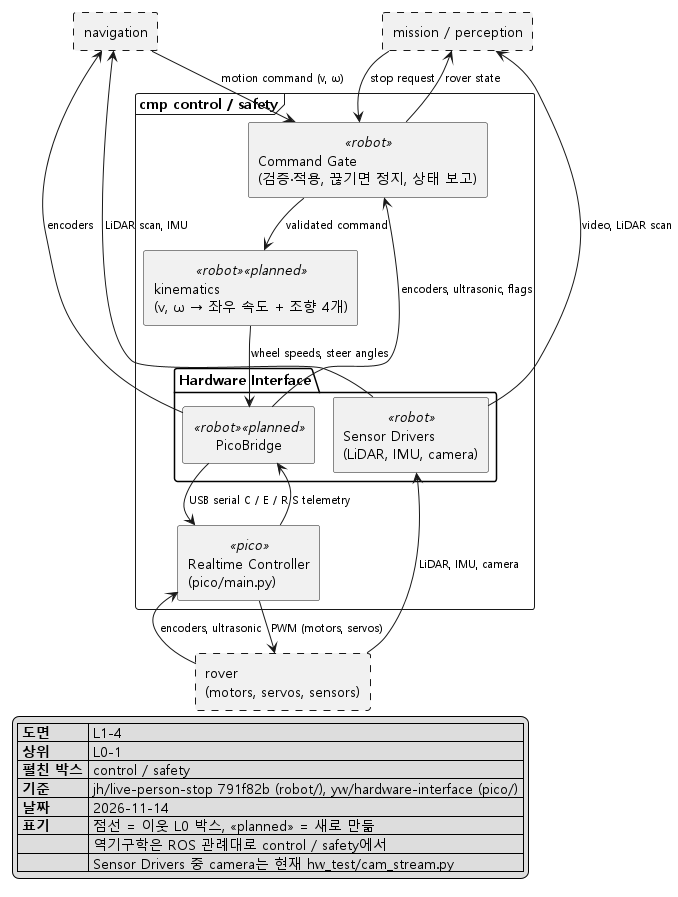
Above: docs/architecture/png/L1-4_control_safety.png in Ruysong/autonomous-rescue-rover (PlantUML), before the change.
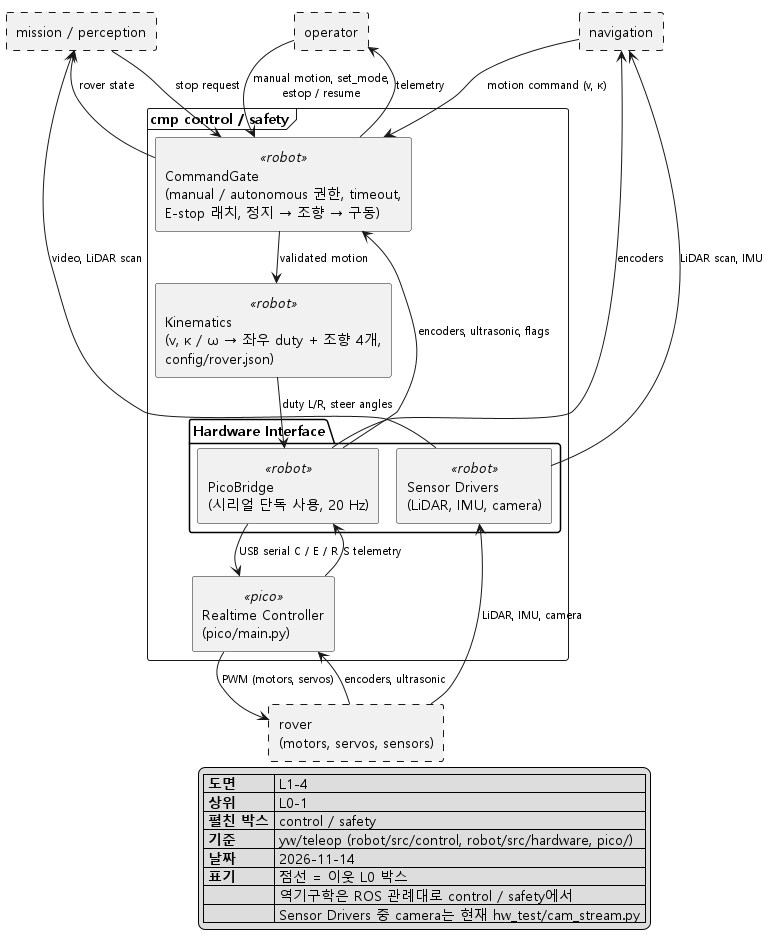
The same file after the commit.

Diff of the diagram source:
```diff
@@ -7,14 +7,15 @@
 skinparam ArrowFontSize 11
 top to bottom direction
 
+rectangle "operator" as OPERATOR #line.dashed
 rectangle "navigation" as NAV #line.dashed
 rectangle "mission / perception" as MISSION #line.dashed
 
 frame "cmp control / safety" {
-  component "Command Gate\n(검증·적용, 끊기면 정지, 상태 보고)" <<robot>> as GATE
-  component "kinematics\n(v, ω → 좌우 속도 + 조향 4개)" <<robot>> <<planned>> as IK
+  component "CommandGate\n(manual / autonomous 권한, timeout,\nE-stop 래치, 정지 → 조향 → 구동)" <<robot>> as GATE
+  component "Kinematics\n(v, κ / ω → 좌우 duty + 조향 4개,\nconfig/rover.json)" <<robot>> as IK
   package "Hardware Interface" {
-    component "PicoBridge" <<robot>> <<planned>> as BRIDGE
+    component "PicoBridge\n(시리얼 단독 사용, 20 Hz)" <<robot>> as BRIDGE
     component "Sensor Drivers\n(LiDAR, IMU, camera)" <<robot>> as DRIVERS
   }
   component "Realtime Controller\n(pico/main.py)" <<pico>> as RT
@@ -22,10 +23,11 @@
 
 rectangle "rover\n(motors, servos, sensors)" as ROVER #line.dashed
 
-NAV --> GATE : motion command (v, ω)
+OPERATOR --> GATE : manual motion, set_mode,\nestop / resume
+NAV --> GATE : motion command (v, κ)
 MISSION --> GATE : stop request
-GATE --> IK : validated command
-IK --> BRIDGE : wheel speeds, steer angles
+GATE --> IK : validated motion
+IK --> BRIDGE : duty L/R, steer angles
 BRIDGE --> RT : USB serial C / E / R
 RT --> ROVER : PWM (motors, servos)
 
@@ -34,6 +36,7 @@
 ROVER -up-> DRIVERS : LiDAR, IMU, camera
 BRIDGE -up-> GATE : encoders, ultrasonic, flags
 GATE -up-> MISSION : rover state
+GATE -up-> OPERATOR : telemetry
 DRIVERS -up-> NAV : LiDAR scan, IMU
 BRIDGE -up-> NAV : encoders
 DRIVERS -up-> MISSION : video, LiDAR scan
@@ -42,9 +45,9 @@
   |= 도면 | L1-4 |
   |= 상위 | L0-1 |
   |= 펼친 박스 | control / safety |
-  |= 기준 | jh/live-person-stop 791f82b (robot/), yw/hardware-interface (pico/) |
+  |= 기준 | yw/teleop (robot/src/control, robot/src/hardware, pico/) |
   |= 날짜 | 2026-11-14 |
-  |= 표기 | 점선 = 이웃 L0 박스, <<planned>> = 새로 만듦 |
+  |= 표기 | 점선 = 이웃 L0 박스 |
   |= | 역기구학은 ROS 관례대로 control / safety에서 |
   |= | Sensor Drivers 중 camera는 현재 hw_test/cam_stream.py |
 endlegend
```
